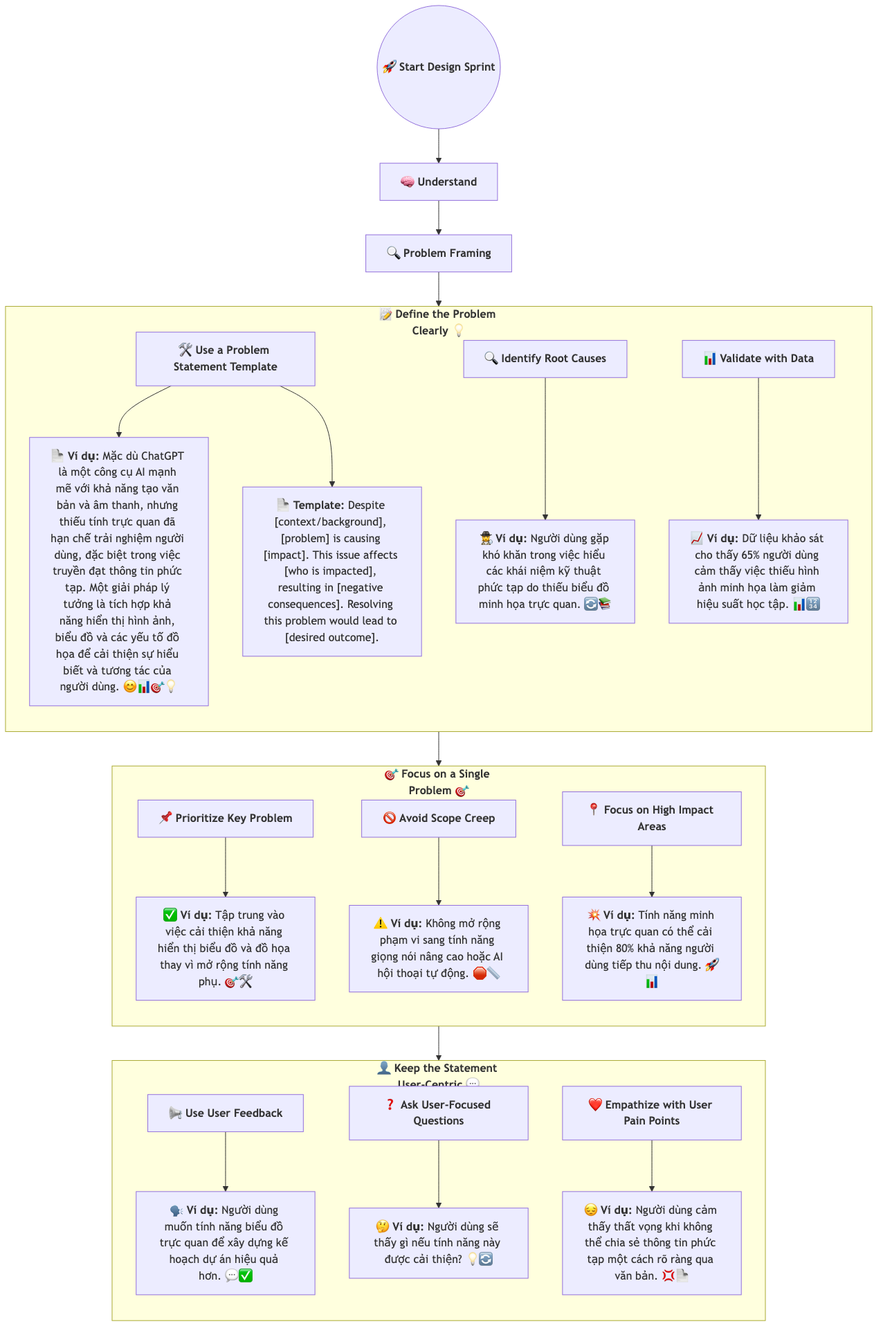
Above: docs/designsprintkit/phases/01-Understand/02-Understand-the-Problem/02-Problem-Framing/01-Map.mmd.png in qtvhao/quickcurl (Mermaid), before the change. Its source is kept beside it as docs/designsprintkit/phases/01-Understand/02-Understand-the-Problem/02-Problem-Framing/01-Map.mmd.
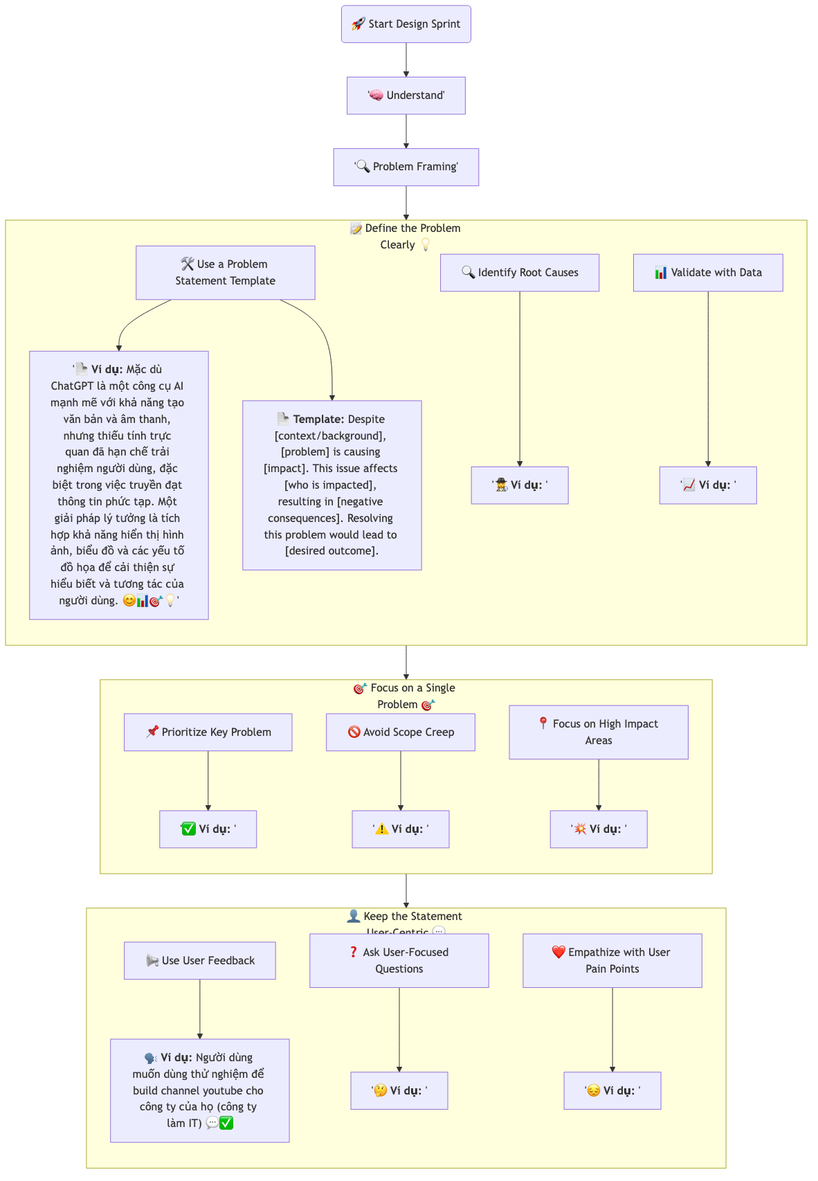
Above is the later version.

Commit message:
Fix formatting in problem framing flowchart for improved clarity and consistency

Diff of the diagram source:
```diff
@@ -6,7 +6,7 @@
 
     subgraph A1[📝 Define the Problem Clearly 💡]
         B1[🛠️ Use a Problem Statement Template] --> E1['📄 **Ví dụ:** Mặc dù ChatGPT là một công cụ AI mạnh mẽ với khả năng tạo văn bản và âm thanh, nhưng thiếu tính trực quan đã hạn chế trải nghiệm người dùng, đặc biệt trong việc truyền đạt thông tin phức tạp. Một giải pháp lý tưởng là tích hợp khả năng hiển thị hình ảnh, biểu đồ và các yếu tố đồ họa để cải thiện sự hiểu biết và tương tác của người dùng. 😊📊🎯💡']
-        B1 --> E4['📄 **Template:** Despite [context/background], [problem] is causing [impact]. This issue affects [who is impacted], resulting in [negative consequences]. Resolving this problem would lead to [desired outcome].']
+        B1 --> E4["📄 **Template:** Despite [context/background], [problem] is causing [impact]. This issue affects [who is impacted], resulting in [negative consequences]. Resolving this problem would lead to [desired outcome]."]
         B2[🔍 Identify Root Causes] --> E2['🕵️‍♀️ **Ví dụ:** ']
         B3[📊 Validate with Data] --> E3['📈 **Ví dụ:** ']
     end
@@ -18,7 +18,7 @@
     end
 
     subgraph A3[👤 Keep the Statement User-Centric 💬]
-        D1[📢 Use User Feedback] --> G1['🗣️ **Ví dụ:** Người dùng muốn dùng thử nghiệm để build channel youtube cho công ty của họ (công ty làm IT) 💬✅']
+        D1[📢 Use User Feedback] --> G1["🗣️ **Ví dụ:** Người dùng muốn dùng thử nghiệm để build channel youtube cho công ty của họ (công ty làm IT) 💬✅"]
         D2[❓ Ask User-Focused Questions] --> G2['🤔 **Ví dụ:** ']
         D3[❤️ Empathize with User Pain Points] --> G3['😔 **Ví dụ:** ']
     end
```
